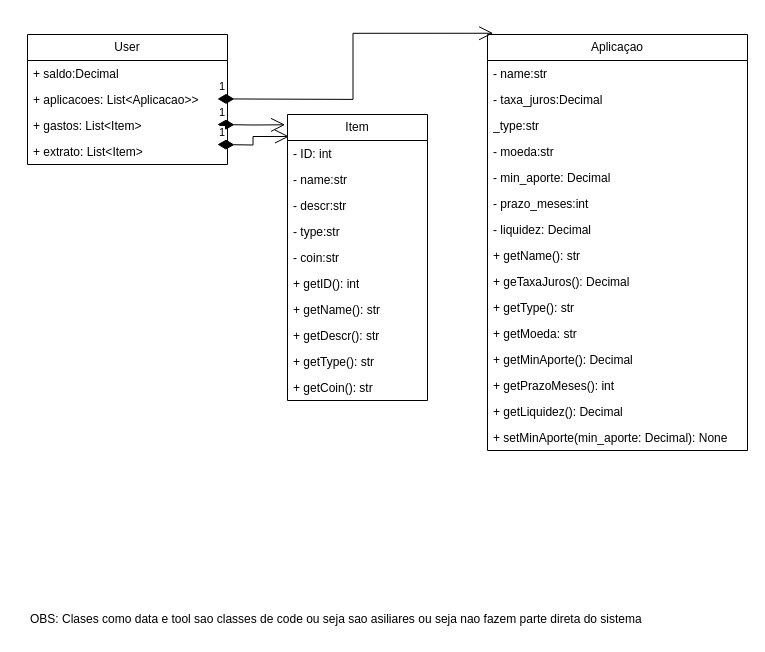
The draw.io diagram doc/CoreOS_Finace_UML.drawio in QuittoGames/CoreOS_Finace, before the edit. Source tidied: cells renumbered, new cells numbered last; positions are measured from the earlier drawing's top-left corner, leaving out a move shared by most shapes. Both pictures are drawn from the tidied source at 100%, with x=0, y=0 at pixel (17, 34).
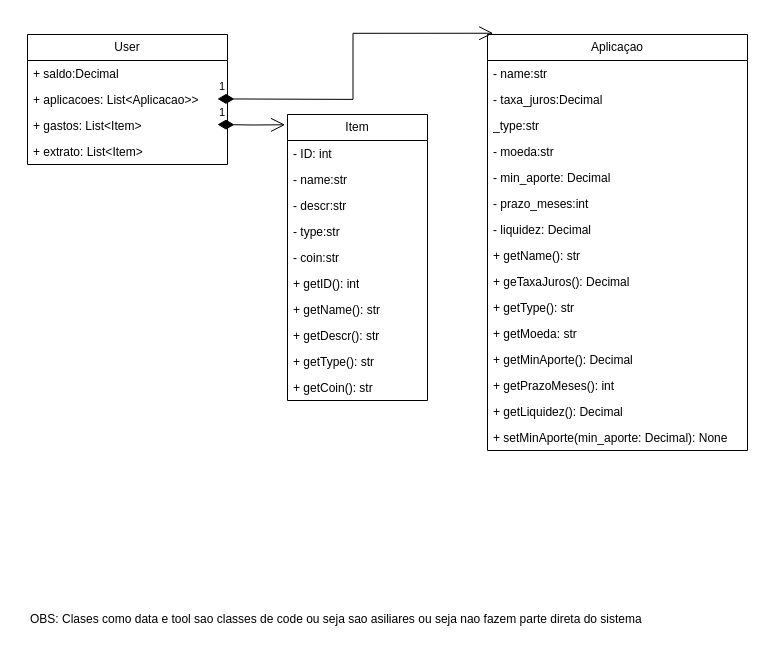
The same diagram, later.

The change refers to these unchanged cells:
```xml
<mxCell id="2" value="User" style="swimlane;fontStyle=0;horizontal=1;startSize=26;fillColor=none;whiteSpace=wrap;html=1;" parent="1" vertex="1">
  <mxGeometry x="10" width="200" height="130" as="geometry" />
</mxCell>
<mxCell id="9" value="Item" style="swimlane;fontStyle=0;horizontal=1;startSize=26;fillColor=none;whiteSpace=wrap;html=1;" parent="1" vertex="1">
  <mxGeometry x="270" y="80" width="140" height="286" as="geometry" />
</mxCell>
```

The edit, as a diff of the source:
```diff
@@
-    <mxCell id="7" value="1" style="endArrow=open;html=1;endSize=12;startArrow=diamondThin;startSize=14;startFill=1;edgeStyle=orthogonalEdgeStyle;align=left;verticalAlign=bottom;rounded=0;entryX=0.011;entryY=0.077;entryDx=0;entryDy=0;entryPerimeter=0;" parent="2" edge="1" target="9">
-      <mxGeometry x="-1" y="3" relative="1" as="geometry">
-        <mxPoint x="190" y="110" as="sourcePoint" />
-      </mxGeometry>
-    </mxCell>
```
